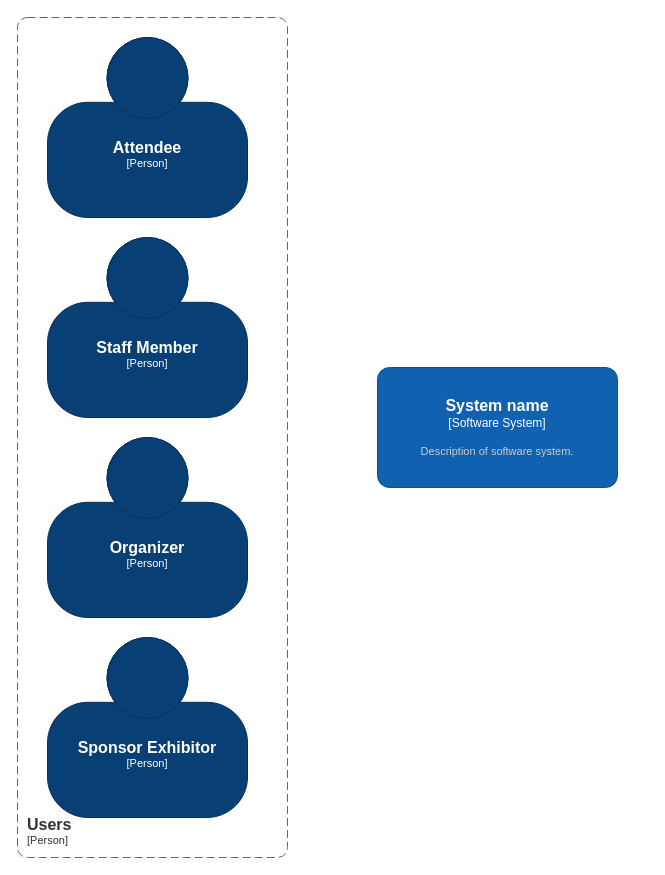
This is page "ContextDiagramC4" (5 of 9) of coffeeBreak.drawio from PI-coffeeBreak/diagrams, a draw.io file, before an edit. Source tidied: cells renumbered, new cells numbered last; positions are measured from the earlier drawing's top-left corner, leaving out a move shared by most shapes. Both pictures are drawn from the tidied source at 100%, with x=0, y=0 at pixel (17, 17).
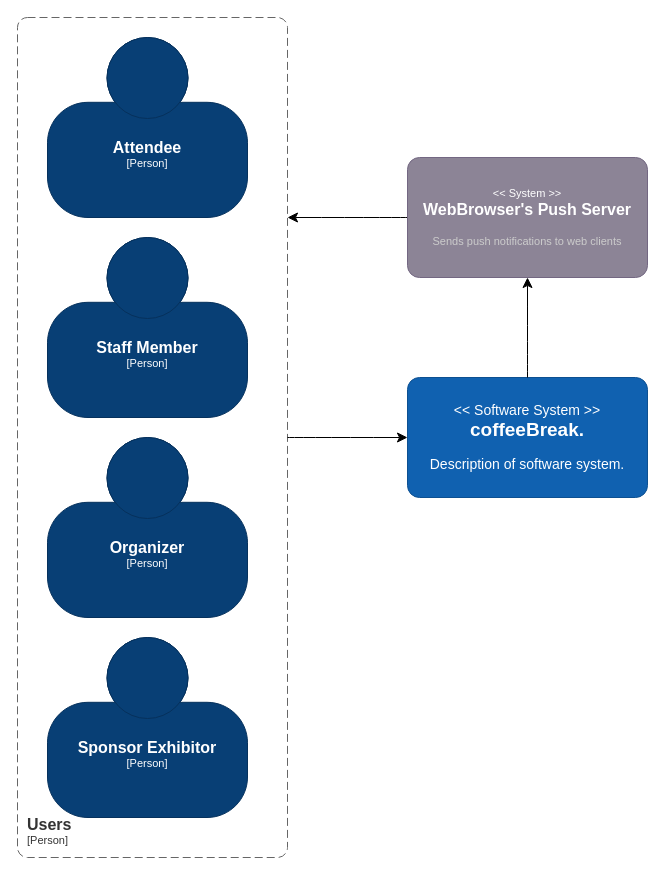
The same page after the edit.

Change to the diagram source:
```diff
@@
 <mxGraphModel>
   <root>
     <mxCell id="0" />
     <mxCell id="1" parent="0" />
     <object id="2" label="&lt;font style=&quot;font-size: 16px&quot;&gt;&lt;b&gt;%c4Name%&lt;/b&gt;&lt;/font&gt;&lt;div&gt;[%c4Type%]&lt;/div&gt;&lt;br&gt;&lt;div&gt;&lt;font style=&quot;font-size: 11px&quot;&gt;&lt;font color=&quot;#cccccc&quot;&gt;%c4Description%&lt;/font&gt;&lt;/div&gt;" c4Description="" c4Name="Attendee" c4Type="Person" placeholders="1">
       <mxCell style="html=1;fontSize=11;dashed=0;whiteSpace=wrap;fillColor=#083F75;strokeColor=#06315C;fontColor=#ffffff;shape=mxgraph.c4.person2;align=center;" parent="1" vertex="1">
         <mxGeometry x="30" y="20" width="200" height="180" as="geometry" />
       </mxCell>
     </object>
     <object id="3" label="&lt;font style=&quot;font-size: 16px&quot;&gt;&lt;b&gt;%c4Name%&lt;/b&gt;&lt;/font&gt;&lt;div&gt;[%c4Type%]&lt;/div&gt;&lt;br&gt;&lt;div&gt;&lt;font style=&quot;font-size: 11px&quot;&gt;&lt;font color=&quot;#cccccc&quot;&gt;%c4Description%&lt;/font&gt;&lt;/div&gt;" c4Description="" c4Name="Staff Member" c4Type="Person" placeholders="1">
       <mxCell style="html=1;fontSize=11;dashed=0;whiteSpace=wrap;fillColor=#083F75;strokeColor=#06315C;fontColor=#ffffff;shape=mxgraph.c4.person2;align=center;" parent="1" vertex="1">
         <mxGeometry x="30" y="220" width="200" height="180" as="geometry" />
       </mxCell>
     </object>
     <object id="4" label="&lt;font style=&quot;font-size: 16px&quot;&gt;&lt;b&gt;%c4Name%&lt;/b&gt;&lt;/font&gt;&lt;div&gt;[%c4Type%]&lt;/div&gt;&lt;br&gt;&lt;div&gt;&lt;font style=&quot;font-size: 11px&quot;&gt;&lt;font color=&quot;#cccccc&quot;&gt;%c4Description%&lt;/font&gt;&lt;/div&gt;" c4Description="" c4Name="Organizer" c4Type="Person" placeholders="1">
       <mxCell style="html=1;fontSize=11;dashed=0;whiteSpace=wrap;fillColor=#083F75;strokeColor=#06315C;fontColor=#ffffff;shape=mxgraph.c4.person2;align=center;" parent="1" vertex="1">
         <mxGeometry x="30" y="420" width="200" height="180" as="geometry" />
       </mxCell>
     </object>
     <object id="5" label="&lt;font style=&quot;font-size: 16px&quot;&gt;&lt;b&gt;%c4Name%&lt;/b&gt;&lt;/font&gt;&lt;div&gt;[%c4Type%]&lt;/div&gt;&lt;br&gt;&lt;div&gt;&lt;font style=&quot;font-size: 11px&quot;&gt;&lt;font color=&quot;#cccccc&quot;&gt;%c4Description%&lt;/font&gt;&lt;/div&gt;" c4Description="" c4Name="Sponsor Exhibitor" c4Type="Person" placeholders="1">
       <mxCell style="html=1;fontSize=11;dashed=0;whiteSpace=wrap;fillColor=#083F75;strokeColor=#06315C;fontColor=#ffffff;shape=mxgraph.c4.person2;align=center;" parent="1" vertex="1">
         <mxGeometry x="30" y="620" width="200" height="180" as="geometry" />
       </mxCell>
     </object>
-    <object id="6" label="&lt;font style=&quot;font-size: 16px&quot;&gt;&lt;b&gt;%c4Name%&lt;/b&gt;&lt;/font&gt;&lt;div&gt;[%c4Type%]&lt;/div&gt;&lt;br&gt;&lt;div&gt;&lt;font style=&quot;font-size: 11px&quot;&gt;&lt;font color=&quot;#cccccc&quot;&gt;%c4Description%&lt;/font&gt;&lt;/div&gt;" c4Description="Description of software system." c4Name="System name" c4Type="Software System" placeholders="1">
+    <object id="6" label="&lt;font style=&quot;font-size: 14px&quot;&gt;&lt;div&gt;&lt;&lt; %c4Type% &gt;&gt;&lt;/div&gt;&lt;/font&gt;&lt;font style=&quot;font-size: 19px&quot;&gt;&lt;/div&gt;&lt;b&gt;%c4Name%&lt;/b&gt;&lt;/font&gt;&#10;&lt;br&gt;&lt;div&gt;&lt;font style=&quot;font-size: 14px&quot;&gt;%c4Description%&lt;/font&gt;&lt;/div&gt;" c4Description="Description of software system." c4Name="coffeeBreak." c4Type="Software System" placeholders="1">
       <mxCell style="rounded=1;whiteSpace=wrap;html=1;labelBackgroundColor=none;fillColor=#1061B0;fontColor=#ffffff;align=center;arcSize=10;strokeColor=#0D5091;points=[[0.25,0,0],[0.5,0,0],[0.75,0,0],[1,0.25,0],[1,0.5,0],[1,0.75,0],[0.75,1,0],[0.5,1,0],[0.25,1,0],[0,0.75,0],[0,0.5,0],[0,0.25,0]];" parent="1" vertex="1">
-        <mxGeometry x="360" y="350" width="240" height="120" as="geometry" />
+        <mxGeometry x="390" y="360" width="240" height="120" as="geometry" />
       </mxCell>
     </object>
     <object id="7" label="&lt;font style=&quot;font-size: 16px&quot;&gt;&lt;b&gt;&lt;div style=&quot;text-align: left&quot;&gt;%c4Name%&lt;/div&gt;&lt;/b&gt;&lt;/font&gt;&lt;div style=&quot;text-align: left&quot;&gt;[%c4Application%]&lt;/div&gt;" c4Application="Person" c4Name="Users" placeholders="1">
       <mxCell style="rounded=1;fontSize=11;whiteSpace=wrap;html=1;dashed=1;arcSize=20;fillColor=none;strokeColor=#666666;fontColor=#333333;labelBackgroundColor=none;align=left;verticalAlign=bottom;labelBorderColor=none;spacingTop=0;spacing=10;dashPattern=8 4;perimeter=rectanglePerimeter;noLabel=0;labelPadding=0;absoluteArcSize=1;" parent="1" vertex="1">
         <mxGeometry width="270" height="840" as="geometry" />
       </mxCell>
     </object>
+    <mxCell id="8" style="endArrow=classic;html=1;rounded=0;fontSize=12;startSize=8;endSize=8;curved=1;entryX=0;entryY=0.5;entryDx=0;entryDy=0;entryPerimeter=0;" parent="1" edge="1" target="6">
+      <mxGeometry relative="1" as="geometry">
+        <mxPoint x="270" y="420" as="sourcePoint" />
+      </mxGeometry>
+    </mxCell>
+    <mxCell id="9" style="edgeStyle=none;curved=1;rounded=0;jettySize=auto;html=1;exitX=0;exitY=0.5;exitDx=0;exitDy=0;exitPerimeter=0;fontSize=12;startSize=8;endSize=8;" parent="1" edge="1" source="10">
+      <mxGeometry relative="1" as="geometry">
+        <mxPoint x="270" y="200" as="targetPoint" />
+      </mxGeometry>
+    </mxCell>
+    <object id="10" label="&lt;font style=&quot;font-size: 11px&quot;&gt;&lt;div&gt;&lt;&lt; %c4Type% &gt;&gt;&lt;/div&gt;&lt;/font&gt;&lt;font style=&quot;font-size: 16px&quot;&gt;&lt;b&gt;%c4Name%&lt;/b&gt;&lt;/font&gt;&lt;br&gt;&lt;br&gt;&lt;div&gt;&lt;font style=&quot;font-size: 11px&quot;&gt;&lt;font color=&quot;#cccccc&quot;&gt;%c4Description%&lt;/font&gt;&lt;/div&gt;" c4Description="Sends push notifications to web clients" c4Name="WebBrowser's Push Server" c4Type="System" placeholders="1">
+      <mxCell style="rounded=1;whiteSpace=wrap;html=1;labelBackgroundColor=none;fillColor=#8C8496;fontColor=#ffffff;align=center;arcSize=10;strokeColor=#736782;points=[[0.25,0,0],[0.5,0,0],[0.75,0,0],[1,0.25,0],[1,0.5,0],[1,0.75,0],[0.75,1,0],[0.5,1,0],[0.25,1,0],[0,0.75,0],[0,0.5,0],[0,0.25,0]];" parent="1" vertex="1">
+        <mxGeometry x="390" y="140" width="240" height="120" as="geometry" />
+      </mxCell>
+    </object>
+    <mxCell id="11" style="edgeStyle=none;curved=1;rounded=0;jettySize=auto;html=1;entryX=0.5;entryY=1;entryDx=0;entryDy=0;entryPerimeter=0;fontSize=12;startSize=8;endSize=8;" parent="1" edge="1" source="6" target="10">
+      <mxGeometry relative="1" as="geometry" />
+    </mxCell>
   </root>
 </mxGraphModel>
```
